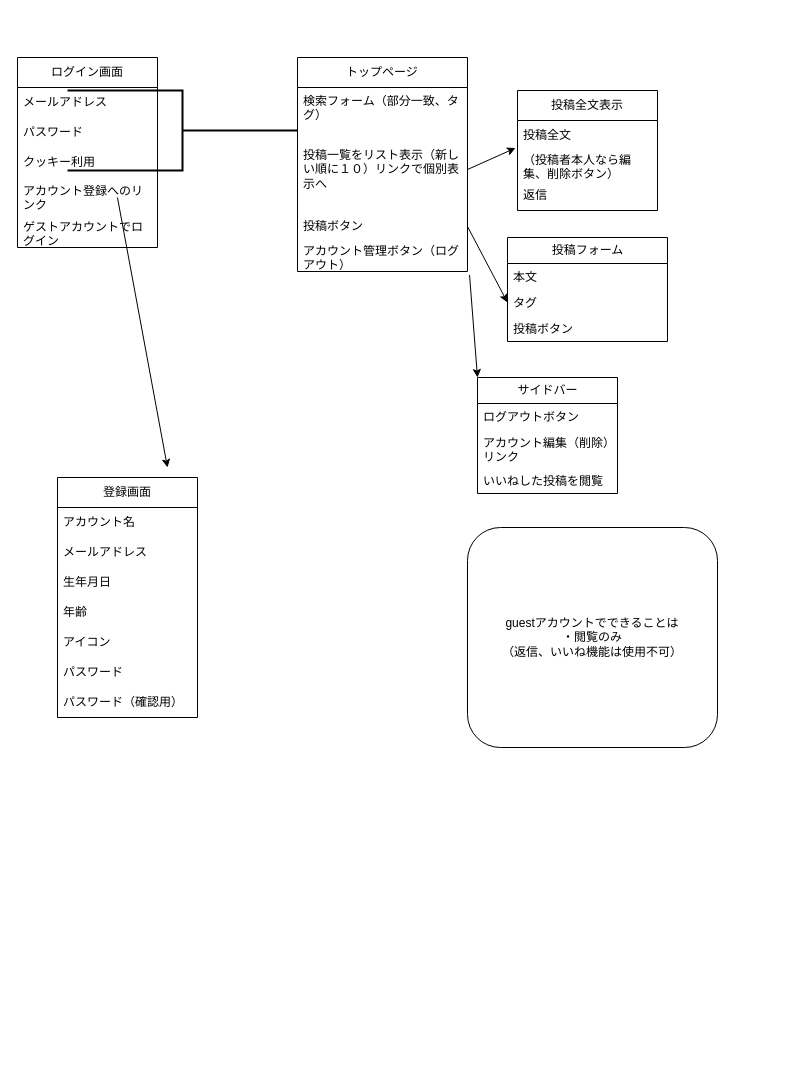
The draw.io diagram 画面遷移図.drawio in sakinaga1110/laravel_bbs, before the edit. Source tidied: cells renumbered, new cells numbered last; positions are measured from the earlier drawing's top-left corner, leaving out a move shared by most shapes. Both pictures are drawn from the tidied source at 100%, with x=0, y=0 at pixel (17, 57).
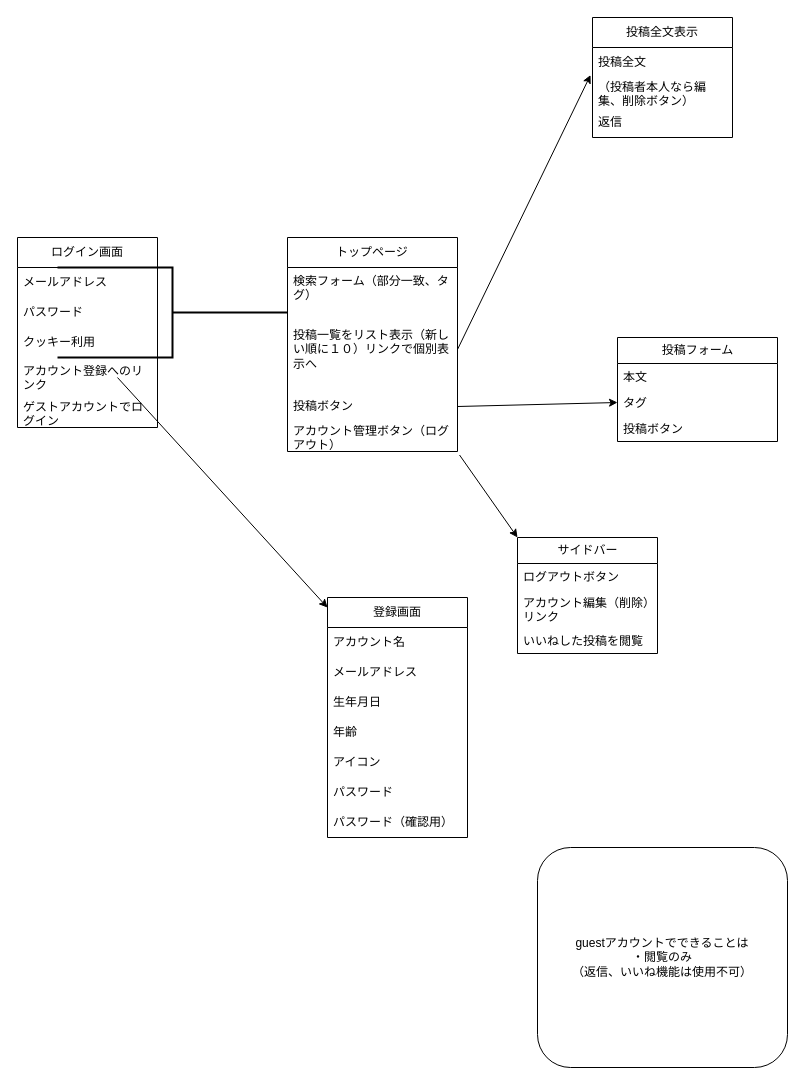
The same page after the edit.

Commit message (it also covers changes not shown here):
画面遷移図.drawio を更新します

Unchanged cells that the change refers to:
```xml
<mxCell id="6" value="アカウント登録へのリンク" style="text;strokeColor=none;fillColor=none;align=left;verticalAlign=top;spacingLeft=4;spacingRight=4;overflow=hidden;points=[[0,0.5],[1,0.5]];portConstraint=eastwest;whiteSpace=wrap;html=1;" parent="2" vertex="1">
  <mxGeometry y="120" width="140" height="40" as="geometry" />
</mxCell>
```

What changed in the source:
```diff
@@
     <mxCell id="2" value="ログイン画面" style="swimlane;fontStyle=0;horizontal=1;startSize=30;whiteSpace=wrap;html=1;" parent="1" vertex="1">
-      <mxGeometry width="140" height="190" as="geometry" />
+      <mxGeometry y="180" width="140" height="190" as="geometry" />
     </mxCell>
@@
-    <mxCell id="8" style="endArrow=classic;html=1;rounded=0;exitX=0.714;exitY=0.5;exitDx=0;exitDy=0;exitPerimeter=0;" parent="1" edge="1" source="6">
-      <mxGeometry relative="1" as="geometry">
-        <mxPoint x="150" y="410" as="targetPoint" />
-      </mxGeometry>
+    <mxCell id="8" style="endArrow=classic;html=1;rounded=0;exitX=0.714;exitY=0.5;exitDx=0;exitDy=0;exitPerimeter=0;entryX=0;entryY=0.042;entryDx=0;entryDy=0;entryPerimeter=0;" parent="1" edge="1" source="6" target="9">
+      <mxGeometry relative="1" as="geometry" />
     </mxCell>
     <mxCell id="9" value="登録画面" style="swimlane;fontStyle=0;horizontal=1;startSize=30;whiteSpace=wrap;html=1;" parent="1" vertex="1">
-      <mxGeometry x="40" y="420" width="140" height="240" as="geometry" />
+      <mxGeometry x="310" y="540" width="140" height="240" as="geometry" />
     </mxCell>
@@
     <mxCell id="17" value="トップページ" style="swimlane;fontStyle=0;horizontal=1;startSize=30;whiteSpace=wrap;html=1;" parent="1" vertex="1">
-      <mxGeometry x="280" width="170" height="214" as="geometry" />
+      <mxGeometry x="270" y="180" width="170" height="214" as="geometry" />
     </mxCell>
@@
     <mxCell id="22" value="投稿フォーム" style="swimlane;fontStyle=0;horizontal=1;startSize=26;fillColor=none;html=1;" parent="1" vertex="1">
-      <mxGeometry x="490" y="180" width="160" height="104" as="geometry" />
+      <mxGeometry x="600" y="280" width="160" height="104" as="geometry" />
     </mxCell>
@@
     <mxCell id="26" style="strokeWidth=2;html=1;shape=mxgraph.flowchart.annotation_2;align=left;labelPosition=right;direction=west;" parent="1" vertex="1">
-      <mxGeometry x="50" y="33" width="230" height="80" as="geometry" />
+      <mxGeometry x="40" y="210" width="230" height="90" as="geometry" />
     </mxCell>
     <mxCell id="27" value="サイドバー" style="swimlane;fontStyle=0;horizontal=1;startSize=26;fillColor=none;html=1;" parent="1" vertex="1">
-      <mxGeometry x="460" y="320" width="140" height="116" as="geometry" />
+      <mxGeometry x="500" y="480" width="140" height="116" as="geometry" />
     </mxCell>
@@
     <mxCell id="33" value="投稿全文表示" style="swimlane;fontStyle=0;horizontal=1;startSize=30;whiteSpace=wrap;html=1;" parent="1" vertex="1">
-      <mxGeometry x="500" y="33" width="140" height="120" as="geometry" />
+      <mxGeometry x="575" y="-40" width="140" height="120" as="geometry" />
     </mxCell>
@@
     <mxCell id="38" value="guestアカウントでできることは&lt;br&gt;・閲覧のみ&lt;br&gt;（返信、いいね機能は使用不可）" style="rounded=1;whiteSpace=wrap;html=1;" parent="1" vertex="1">
-      <mxGeometry x="450" y="470" width="250" height="220" as="geometry" />
+      <mxGeometry x="520" y="790" width="250" height="220" as="geometry" />
     </mxCell>
```
